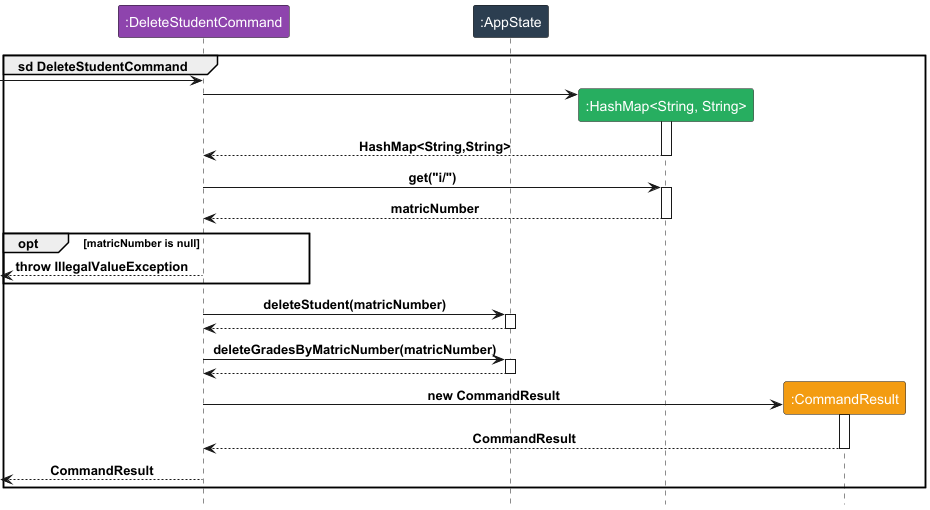
This is docs/diagrams/DeleteStudentCommand.png from yeekian/tp, a PlantUML export, as it was before one commit. The source it was exported from:
```plantuml
@startuml
!include Style.puml
group sd DeleteStudentCommand
participant ":DeleteStudentCommand" as C LOGIC_COLOR_3
participant ":AppState" as A LOGIC_COLOR_2
participant ":HashMap<String, String>" as H LOGIC_COLOR_7
participant ":CommandResult" as R LOGIC_COLOR_8

[-> C
create H
C -> H
activate H
C <-- H : HashMap<String,String>
deactivate H
C -> H : get("i/")
activate H
C <-- H : matricNumber
deactivate H

opt matricNumber is null
[<--C : throw IllegalValueException
end

C -> A : deleteStudent(matricNumber)
activate A
C <-- A
deactivate A

C -> A : deleteGradesByMatricNumber(matricNumber)
activate A
C <-- A
deactivate A

create R
C -> R : new CommandResult
activate R
C <-- R : CommandResult
deactivate R

[<-- C : CommandResult
end
@enduml
```
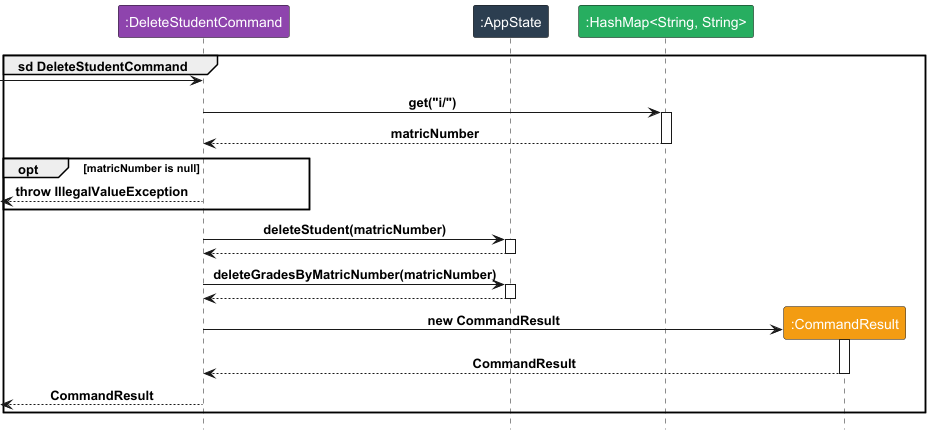
The same diagram one commit later.

What changed in the source:
```diff
@@ -7,11 +7,7 @@
 participant ":CommandResult" as R LOGIC_COLOR_8
 
 [-> C
-create H
-C -> H
-activate H
-C <-- H : HashMap<String,String>
-deactivate H
+
 C -> H : get("i/")
 activate H
 C <-- H : matricNumber
```
